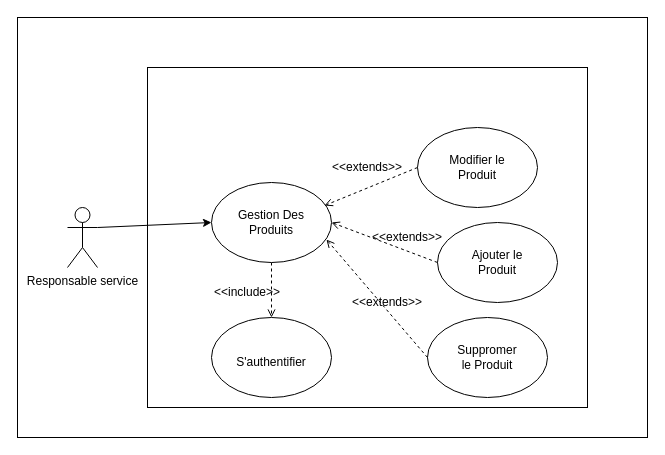
labidimahdi/diagrams keeps this draw.io diagram as rs.drawio. Above is the earlier version. Source tidied: cells renumbered, new cells numbered last; positions are measured from the earlier drawing's top-left corner, leaving out a move shared by most shapes. Both pictures are drawn from the tidied source at 100%, with x=0, y=0 at pixel (17, 17).
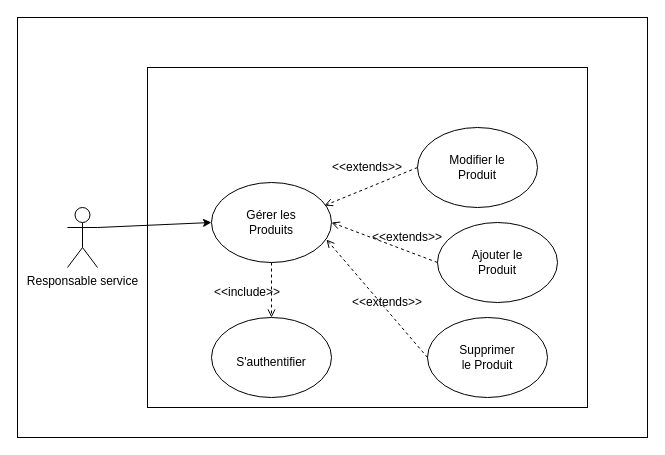
After the change.

Commit message:
Mettre à jour rs.drawio

Unchanged cells that the change refers to:
```xml
<mxCell id="16" style="group;" parent="1" vertex="1">
  <mxGeometry x="410" y="300" width="120" height="80" as="geometry" />
</mxCell>
```

What changed in the source:
```diff
@@
-    <mxCell id="18" value="Suppromer le Produit" style="text;html=1;strokeColor=none;fillColor=none;align=center;verticalAlign=middle;whiteSpace=wrap;rounded=0;" parent="16" vertex="1">
+    <mxCell id="18" value="Supprimer le Produit" style="text;html=1;strokeColor=none;fillColor=none;align=center;verticalAlign=middle;whiteSpace=wrap;rounded=0;" parent="16" vertex="1">
       <mxGeometry x="30" y="25" width="60" height="30" as="geometry" />
     </mxCell>
@@
-    <mxCell id="23" value="Gestion Des Produits" style="text;html=1;strokeColor=none;fillColor=none;align=center;verticalAlign=middle;whiteSpace=wrap;rounded=0;" parent="1" vertex="1">
+    <mxCell id="23" value="Gérer les Produits" style="text;html=1;strokeColor=none;fillColor=none;align=center;verticalAlign=middle;whiteSpace=wrap;rounded=0;" parent="1" vertex="1">
       <mxGeometry x="216" y="190" width="76" height="30" as="geometry" />
     </mxCell>
```
